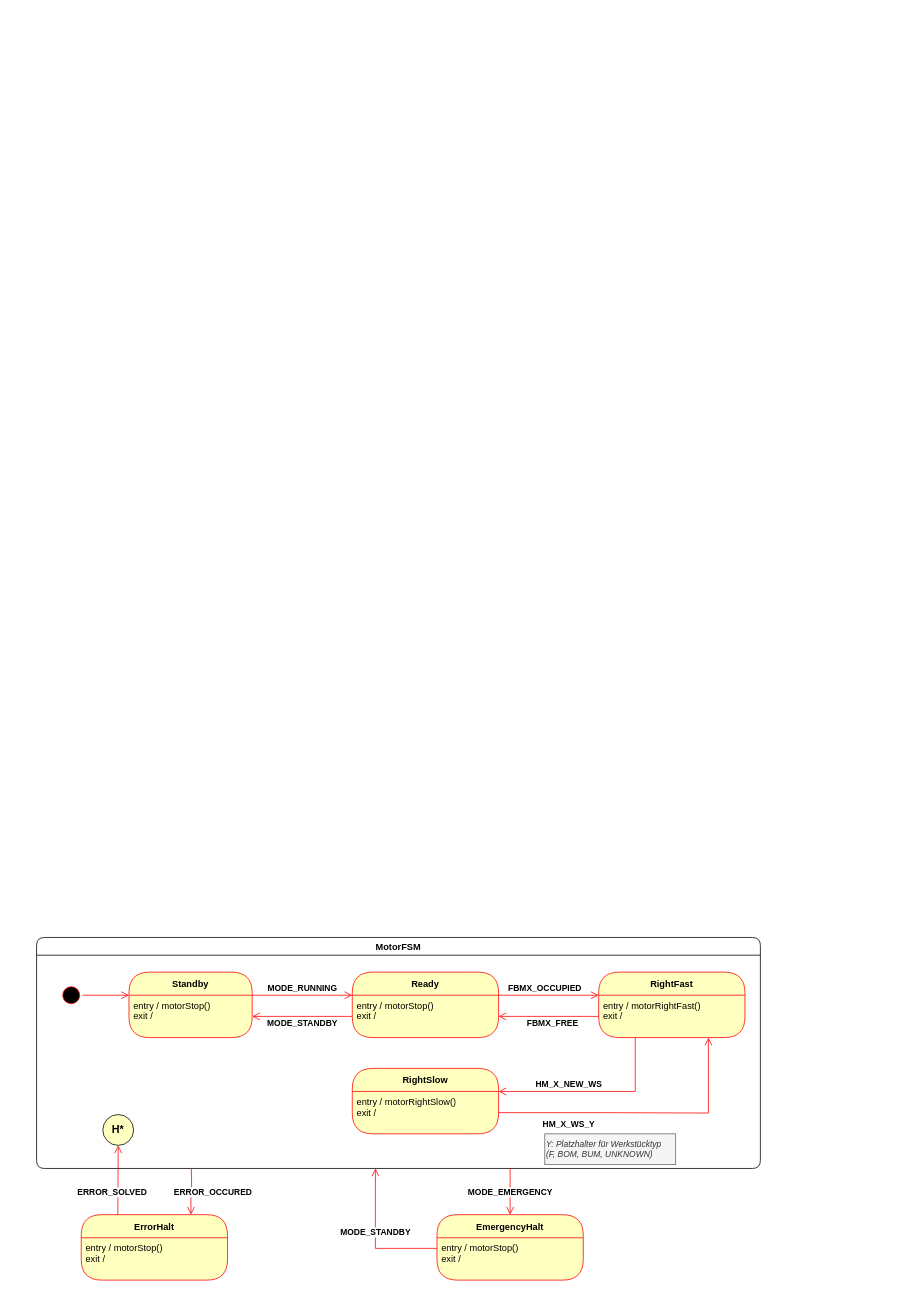
This is page "motor" (2 of 6) of docs/diagrams/fsm/state_machines.drawio from u2knwy/ESEP-2023SoSe-Team-2-1, a draw.io file, before an edit. Source tidied: cells renumbered, new cells numbered last; positions are measured from the earlier drawing's top-left corner, leaving out a move shared by most shapes. Both pictures are drawn from the tidied source at 77%, with x=0, y=0 at pixel (36, 937).
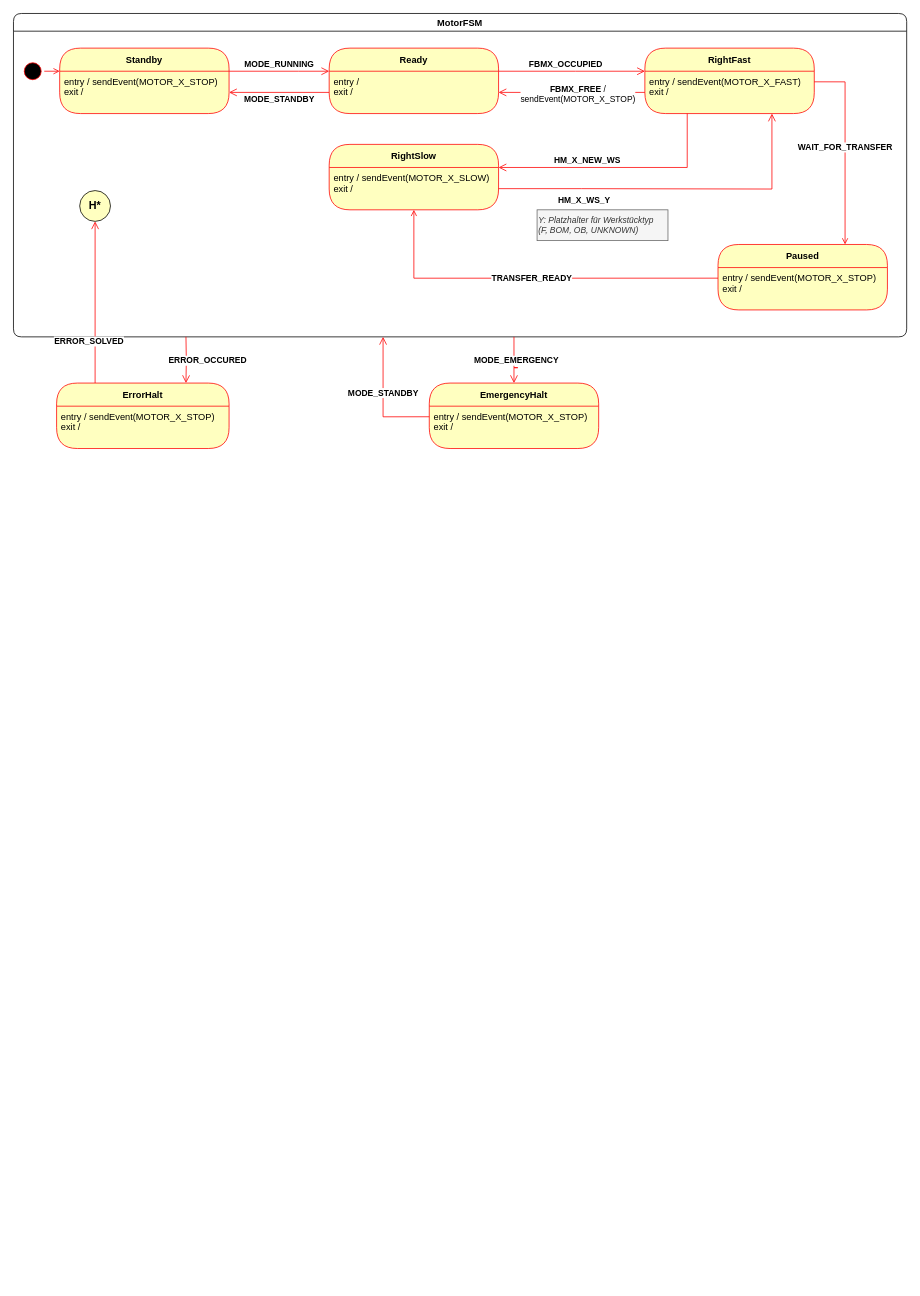
Above is the later version.

Unchanged cells that the change refers to:
```xml
<mxCell id="19" value="H*" style="ellipse;whiteSpace=wrap;html=1;rounded=1;fillColor=#FFFFC0;fontStyle=1;fontSize=14;" parent="2" vertex="1">
  <mxGeometry x="86" y="230" width="40" height="40" as="geometry" />
</mxCell>
```

What changed in the source:
```diff
@@
     <mxCell id="2" value="MotorFSM" style="swimlane;rounded=1;fillColor=none;startSize=23;" parent="1" vertex="1">
-      <mxGeometry width="940" height="300" as="geometry" />
+      <mxGeometry x="-30" y="-1200" width="1160" height="420" as="geometry" />
     </mxCell>
-    <mxCell id="3" style="ellipse;html=1;shape=startState;fillColor=#000000;strokeColor=#ff0000;" parent="2" vertex="1">
-      <mxGeometry x="30" y="60" width="30" height="30" as="geometry" />
-    </mxCell>
     <mxCell id="4" value="Standby" style="swimlane;fontStyle=1;align=center;verticalAlign=middle;horizontal=1;startSize=30;fontColor=#000000;rounded=1;arcSize=30;strokeColor=#ff0000;fillColor=#ffffc0;swimlaneFillColor=#ffffc0;" parent="2" vertex="1">
-      <mxGeometry x="120" y="45" width="160" height="85" as="geometry" />
+      <mxGeometry x="60" y="45" width="220" height="85" as="geometry" />
     </mxCell>
-    <mxCell id="5" value="&lt;div style=&quot;&quot;&gt;&lt;span style=&quot;background-color: initial;&quot;&gt;entry / motorStop()&lt;/span&gt;&lt;/div&gt;exit /" style="text;html=1;strokeColor=none;fillColor=none;align=left;verticalAlign=top;spacingLeft=4;spacingRight=4;whiteSpace=wrap;overflow=hidden;fontColor=#000000;" parent="4" vertex="1">
-      <mxGeometry y="30" width="160" height="55" as="geometry" />
+    <mxCell id="5" value="&lt;div style=&quot;&quot;&gt;entry /&amp;nbsp;sendEvent(MOTOR_X_STOP)&lt;/div&gt;exit /" style="text;html=1;strokeColor=none;fillColor=none;align=left;verticalAlign=top;spacingLeft=4;spacingRight=4;whiteSpace=wrap;overflow=hidden;fontColor=#000000;" parent="4" vertex="1">
+      <mxGeometry y="30" width="220" height="55" as="geometry" />
     </mxCell>
-    <mxCell id="6" style="edgeStyle=orthogonalEdgeStyle;html=1;verticalAlign=bottom;endArrow=open;endSize=8;strokeColor=#ff0000;rounded=0;entryX=0;entryY=0;entryDx=0;entryDy=0;" parent="2" edge="1" source="3" target="5">
-      <mxGeometry relative="1" as="geometry">
-        <Array as="points">
-          <mxPoint x="110" y="75" />
-          <mxPoint x="110" y="75" />
-        </Array>
-      </mxGeometry>
-    </mxCell>
     <mxCell id="7" value="RightSlow" style="swimlane;fontStyle=1;align=center;verticalAlign=middle;horizontal=1;startSize=30;fontColor=#000000;rounded=1;arcSize=30;strokeColor=#ff0000;fillColor=#ffffc0;swimlaneFillColor=#ffffc0;" parent="2" vertex="1">
-      <mxGeometry x="410" y="170" width="190" height="85" as="geometry" />
+      <mxGeometry x="410" y="170" width="220" height="85" as="geometry" />
     </mxCell>
-    <mxCell id="8" value="entry / motorRightSlow()&lt;br&gt;exit /" style="text;html=1;strokeColor=none;fillColor=none;align=left;verticalAlign=top;spacingLeft=4;spacingRight=4;whiteSpace=wrap;overflow=hidden;fontColor=#000000;" parent="7" vertex="1">
-      <mxGeometry y="30" width="190" height="55" as="geometry" />
+    <mxCell id="8" value="entry / sendEvent(MOTOR_X_SLOW)&lt;br&gt;exit /" style="text;html=1;strokeColor=none;fillColor=none;align=left;verticalAlign=top;spacingLeft=4;spacingRight=4;whiteSpace=wrap;overflow=hidden;fontColor=#000000;" parent="7" vertex="1">
+      <mxGeometry y="30" width="220" height="55" as="geometry" />
     </mxCell>
     <mxCell id="9" value="Ready" style="swimlane;fontStyle=1;align=center;verticalAlign=middle;horizontal=1;startSize=30;fontColor=#000000;rounded=1;arcSize=30;strokeColor=#ff0000;fillColor=#ffffc0;swimlaneFillColor=#ffffc0;" parent="2" vertex="1">
-      <mxGeometry x="410" y="45" width="190" height="85" as="geometry" />
+      <mxGeometry x="410" y="45" width="220" height="85" as="geometry" />
     </mxCell>
-    <mxCell id="10" value="entry / motorStop()&lt;br&gt;exit /" style="text;html=1;strokeColor=none;fillColor=none;align=left;verticalAlign=top;spacingLeft=4;spacingRight=4;whiteSpace=wrap;overflow=hidden;fontColor=#000000;" parent="9" vertex="1">
-      <mxGeometry y="30" width="190" height="55" as="geometry" />
+    <mxCell id="10" value="entry /&amp;nbsp;&lt;br&gt;exit /" style="text;html=1;strokeColor=none;fillColor=none;align=left;verticalAlign=top;spacingLeft=4;spacingRight=4;whiteSpace=wrap;overflow=hidden;fontColor=#000000;" parent="9" vertex="1">
+      <mxGeometry y="30" width="220" height="55" as="geometry" />
     </mxCell>
     <mxCell id="11" value="RightFast" style="swimlane;fontStyle=1;align=center;verticalAlign=middle;horizontal=1;startSize=30;fontColor=#000000;rounded=1;arcSize=30;strokeColor=#ff0000;fillColor=#ffffc0;swimlaneFillColor=#ffffc0;" parent="2" vertex="1">
-      <mxGeometry x="730" y="45" width="190" height="85" as="geometry" />
+      <mxGeometry x="820" y="45" width="220" height="85" as="geometry" />
     </mxCell>
-    <mxCell id="12" value="entry / motorRightFast()&lt;br&gt;exit /" style="text;html=1;strokeColor=none;fillColor=none;align=left;verticalAlign=top;spacingLeft=4;spacingRight=4;whiteSpace=wrap;overflow=hidden;fontColor=#000000;" parent="11" vertex="1">
-      <mxGeometry y="30" width="190" height="55" as="geometry" />
+    <mxCell id="12" value="entry / sendEvent(MOTOR_X_FAST)&lt;br&gt;exit /" style="text;html=1;strokeColor=none;fillColor=none;align=left;verticalAlign=top;spacingLeft=4;spacingRight=4;whiteSpace=wrap;overflow=hidden;fontColor=#000000;" parent="11" vertex="1">
+      <mxGeometry y="30" width="220" height="55" as="geometry" />
     </mxCell>
     <mxCell id="13" value="HM_X_NEW_WS" style="edgeStyle=orthogonalEdgeStyle;html=1;verticalAlign=bottom;endArrow=open;endSize=8;strokeColor=#ff0000;rounded=0;entryX=1;entryY=0;entryDx=0;entryDy=0;exitX=0.25;exitY=1;exitDx=0;exitDy=0;fontStyle=1;" parent="2" edge="1" source="12" target="8">
       <mxGeometry x="0.27" relative="1" as="geometry">
         <Array as="points">
-          <mxPoint x="778" y="200" />
+          <mxPoint x="875" y="200" />
         </Array>
       </mxGeometry>
     </mxCell>
@@
-    <mxCell id="18" value="FBMX_FREE" style="edgeStyle=orthogonalEdgeStyle;html=1;verticalAlign=bottom;endArrow=open;endSize=8;strokeColor=#ff0000;rounded=0;entryX=1;entryY=0.5;entryDx=0;entryDy=0;exitX=0;exitY=0.5;exitDx=0;exitDy=0;fontStyle=1;" parent="2" edge="1" source="12" target="10">
+    <mxCell id="18" value="FBMX_FREE&lt;span style=&quot;font-weight: normal;&quot;&gt; /&lt;br&gt;sendEvent(MOTOR_X_STOP)&lt;/span&gt;" style="edgeStyle=orthogonalEdgeStyle;html=1;verticalAlign=bottom;endArrow=open;endSize=8;strokeColor=#ff0000;rounded=0;entryX=1;entryY=0.5;entryDx=0;entryDy=0;exitX=0;exitY=0.5;exitDx=0;exitDy=0;fontStyle=1;" parent="2" edge="1" source="12" target="10">
       <mxGeometry x="-0.08" y="18" relative="1" as="geometry">
         <Array as="points">
           <mxPoint x="730" y="103" />
           <mxPoint x="730" y="103" />
         </Array>
       </mxGeometry>
     </mxCell>
@@
-    <mxCell id="20" value="Y: Platzhalter für Werkstücktyp&lt;br&gt;(F, BOM, BUM, UNKNOWN)" style="text;html=1;strokeColor=#666666;fillColor=#f5f5f5;align=left;verticalAlign=middle;whiteSpace=wrap;rounded=0;fontSize=11;fontStyle=2;fontColor=#333333;" parent="2" vertex="1">
-      <mxGeometry x="660" y="255" width="170" height="40" as="geometry" />
+    <mxCell id="20" value="Y: Platzhalter für Werkstücktyp&lt;br&gt;(F, BOM, OB, UNKNOWN)" style="text;html=1;strokeColor=#666666;fillColor=#f5f5f5;align=left;verticalAlign=middle;whiteSpace=wrap;rounded=0;fontSize=11;fontStyle=2;fontColor=#333333;" parent="2" vertex="1">
+      <mxGeometry x="680" y="255" width="170" height="40" as="geometry" />
     </mxCell>
+    <mxCell id="6" style="edgeStyle=orthogonalEdgeStyle;rounded=0;jettySize=auto;html=1;exitX=1;exitY=0.5;exitDx=0;exitDy=0;entryX=0;entryY=0;entryDx=0;entryDy=0;strokeColor=#FF0000;endArrow=open;endFill=0;" parent="2" edge="1" source="3" target="5">
+      <mxGeometry relative="1" as="geometry" />
+    </mxCell>
+    <mxCell id="3" style="ellipse;html=1;shape=startState;fillColor=#000000;strokeColor=#ff0000;" parent="2" vertex="1">
+      <mxGeometry x="10" y="60" width="30" height="30" as="geometry" />
+    </mxCell>
+    <mxCell id="29" value="&lt;b&gt;WAIT_FOR_TRANSFER&lt;/b&gt;" style="edgeStyle=orthogonalEdgeStyle;rounded=0;jettySize=auto;html=1;exitX=0.75;exitY=0;exitDx=0;exitDy=0;strokeColor=#FF0000;endArrow=none;endFill=0;startArrow=open;startFill=0;entryX=1;entryY=0.25;entryDx=0;entryDy=0;" parent="2" edge="1" source="30" target="12">
+      <mxGeometry relative="1" as="geometry" />
+    </mxCell>
+    <mxCell id="30" value="Paused" style="swimlane;fontStyle=1;align=center;verticalAlign=middle;horizontal=1;startSize=30;fontColor=#000000;rounded=1;arcSize=30;strokeColor=#ff0000;fillColor=#ffffc0;swimlaneFillColor=#ffffc0;" parent="2" vertex="1">
+      <mxGeometry x="915" y="300" width="220" height="85" as="geometry" />
+    </mxCell>
+    <mxCell id="31" value="entry / sendEvent(MOTOR_X_STOP)&lt;br&gt;exit /" style="text;html=1;strokeColor=none;fillColor=none;align=left;verticalAlign=top;spacingLeft=4;spacingRight=4;whiteSpace=wrap;overflow=hidden;fontColor=#000000;" parent="30" vertex="1">
+      <mxGeometry y="30" width="220" height="55" as="geometry" />
+    </mxCell>
+    <mxCell id="32" value="&lt;b&gt;TRANSFER_READY&lt;/b&gt;" style="edgeStyle=orthogonalEdgeStyle;rounded=0;jettySize=auto;html=1;exitX=0;exitY=0.25;exitDx=0;exitDy=0;strokeColor=#FF0000;endArrow=open;endFill=0;entryX=0.5;entryY=1;entryDx=0;entryDy=0;" parent="2" edge="1" source="31" target="8">
+      <mxGeometry relative="1" as="geometry" />
+    </mxCell>
     <mxCell id="21" value="EmergencyHalt" style="swimlane;fontStyle=1;align=center;verticalAlign=middle;horizontal=1;startSize=30;fontColor=#000000;rounded=1;arcSize=30;strokeColor=#ff0000;fillColor=#ffffc0;swimlaneFillColor=#ffffc0;" parent="1" vertex="1">
-      <mxGeometry x="520" y="360" width="190" height="85" as="geometry" />
+      <mxGeometry x="510" y="-720" width="220" height="85" as="geometry" />
     </mxCell>
-    <mxCell id="22" value="entry / motorStop()&lt;br&gt;exit /" style="text;html=1;strokeColor=none;fillColor=none;align=left;verticalAlign=top;spacingLeft=4;spacingRight=4;whiteSpace=wrap;overflow=hidden;fontColor=#000000;" parent="21" vertex="1">
-      <mxGeometry y="30" width="190" height="55" as="geometry" />
+    <mxCell id="22" value="entry / sendEvent(MOTOR_X_STOP)&lt;br&gt;exit /" style="text;html=1;strokeColor=none;fillColor=none;align=left;verticalAlign=top;spacingLeft=4;spacingRight=4;whiteSpace=wrap;overflow=hidden;fontColor=#000000;" parent="21" vertex="1">
+      <mxGeometry y="30" width="220" height="55" as="geometry" />
     </mxCell>
     <mxCell id="23" value="MODE_EMERGENCY" style="edgeStyle=orthogonalEdgeStyle;html=1;verticalAlign=bottom;endArrow=open;endSize=8;strokeColor=#ff0000;rounded=0;entryX=0.5;entryY=0;entryDx=0;entryDy=0;fontStyle=1;" parent="1" edge="1" target="21">
       <mxGeometry x="0.33" relative="1" as="geometry">
-        <mxPoint x="615" y="300" as="sourcePoint" />
+        <mxPoint x="620" y="-780" as="sourcePoint" />
         <Array as="points">
-          <mxPoint x="615" y="340" />
-          <mxPoint x="615" y="340" />
+          <mxPoint x="625" y="-740" />
+          <mxPoint x="625" y="-740" />
         </Array>
       </mxGeometry>
     </mxCell>
     <mxCell id="24" value="MODE_STANDBY" style="edgeStyle=orthogonalEdgeStyle;html=1;verticalAlign=bottom;endArrow=open;endSize=8;strokeColor=#ff0000;rounded=0;exitX=0;exitY=0.25;exitDx=0;exitDy=0;fontStyle=1;" parent="1" edge="1" source="22">
       <mxGeometry relative="1" as="geometry">
-        <mxPoint x="440" y="300" as="targetPoint" />
+        <mxPoint x="450" y="-780" as="targetPoint" />
         <Array as="points">
-          <mxPoint x="440" y="404" />
+          <mxPoint x="450" y="-676" />
         </Array>
       </mxGeometry>
     </mxCell>
     <mxCell id="25" value="ERROR_OCCURED" style="edgeStyle=orthogonalEdgeStyle;html=1;verticalAlign=bottom;endArrow=open;endSize=8;strokeColor=#ff0000;rounded=0;entryX=0.75;entryY=0;entryDx=0;entryDy=0;fontStyle=1;" parent="1" edge="1" target="27">
       <mxGeometry x="0.34" y="28" relative="1" as="geometry">
-        <mxPoint x="201" y="300" as="sourcePoint" />
+        <mxPoint x="194" y="-780" as="sourcePoint" />
       </mxGeometry>
     </mxCell>
     <mxCell id="26" value="ERROR_SOLVED" style="edgeStyle=orthogonalEdgeStyle;html=1;verticalAlign=bottom;endArrow=open;endSize=8;strokeColor=#ff0000;rounded=0;exitX=0.25;exitY=0;exitDx=0;exitDy=0;entryX=0.5;entryY=1;entryDx=0;entryDy=0;fontStyle=1;" parent="1" edge="1" source="27" target="19">
       <mxGeometry x="-0.4" y="8" relative="1" as="geometry">
         <Array as="points">
-          <mxPoint x="106" y="365" />
-          <mxPoint x="106" y="270" />
+          <mxPoint x="76" y="-710" />
         </Array>
       </mxGeometry>
     </mxCell>
     <mxCell id="27" value="ErrorHalt" style="swimlane;fontStyle=1;align=center;verticalAlign=middle;horizontal=1;startSize=30;fontColor=#000000;rounded=1;arcSize=30;strokeColor=#ff0000;fillColor=#ffffc0;swimlaneFillColor=#ffffc0;" parent="1" vertex="1">
-      <mxGeometry x="58" y="360" width="190" height="85" as="geometry" />
+      <mxGeometry x="26" y="-720" width="224" height="85" as="geometry" />
     </mxCell>
-    <mxCell id="28" value="entry / motorStop()&lt;br&gt;exit /" style="text;html=1;strokeColor=none;fillColor=none;align=left;verticalAlign=top;spacingLeft=4;spacingRight=4;whiteSpace=wrap;overflow=hidden;fontColor=#000000;" parent="27" vertex="1">
-      <mxGeometry y="30" width="190" height="55" as="geometry" />
+    <mxCell id="28" value="entry / sendEvent(MOTOR_X_STOP)&lt;br&gt;exit /" style="text;html=1;strokeColor=none;fillColor=none;align=left;verticalAlign=top;spacingLeft=4;spacingRight=4;whiteSpace=wrap;overflow=hidden;fontColor=#000000;" parent="27" vertex="1">
+      <mxGeometry y="30" width="224" height="55" as="geometry" />
     </mxCell>
```
